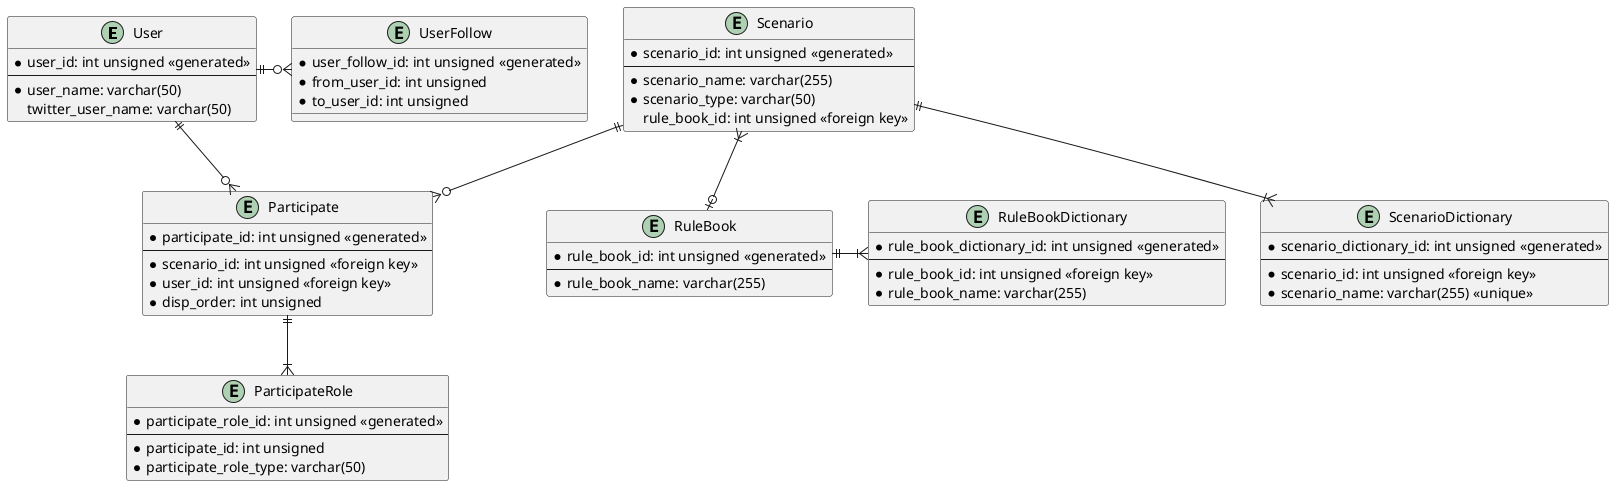
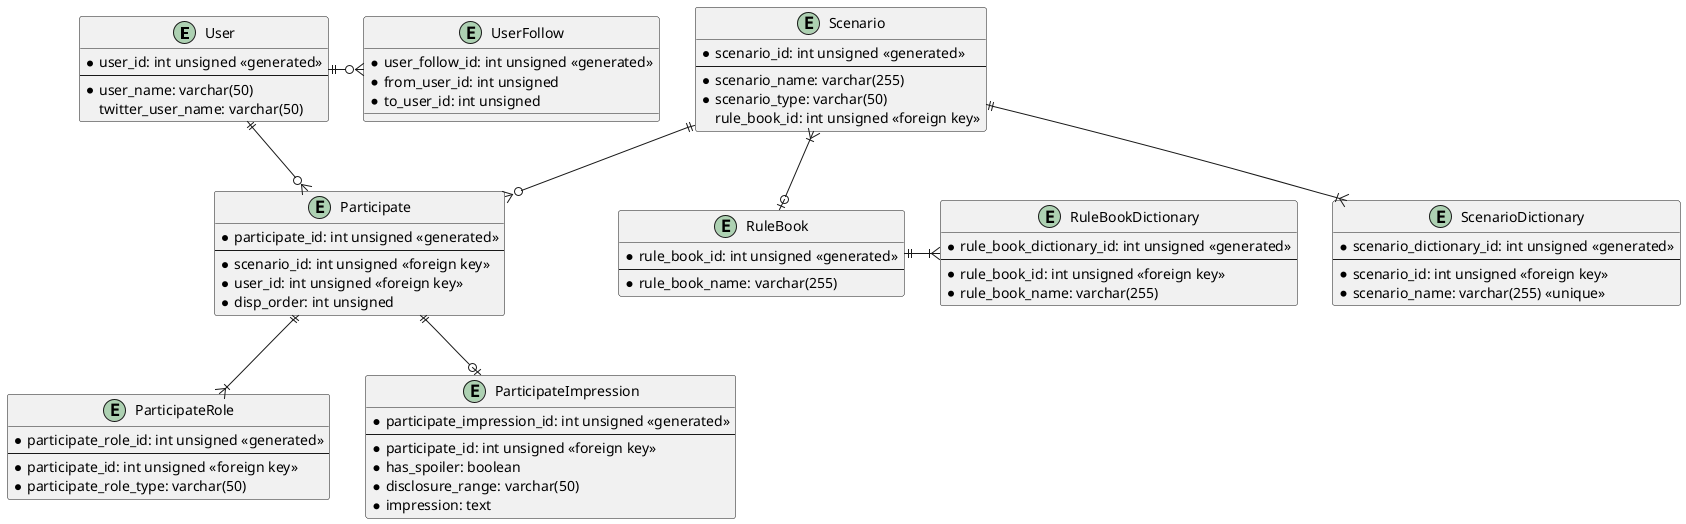
@startuml
'https://plantuml.com/class-diagram

entity User {
    * user_id: int unsigned <<generated>>
    --
    * user_name: varchar(50)
    twitter_user_name: varchar(50)
}

entity UserFollow {
    * user_follow_id: int unsigned <<generated>>
    * from_user_id: int unsigned
    * to_user_id: int unsigned
}

User ||-o{ UserFollow

entity RuleBook {
    * rule_book_id: int unsigned <<generated>>
    --
    * rule_book_name: varchar(255)
}

entity RuleBookDictionary {
    * rule_book_dictionary_id: int unsigned <<generated>>
    --
    * rule_book_id: int unsigned <<foreign key>>
    * rule_book_name: varchar(255)
}

RuleBook ||-|{ RuleBookDictionary

entity Scenario {
    * scenario_id: int unsigned <<generated>>
    --
    * scenario_name: varchar(255)
    * scenario_type: varchar(50)
    rule_book_id: int unsigned <<foreign key>>
}

entity ScenarioDictionary {
    * scenario_dictionary_id: int unsigned <<generated>>
    --
    * scenario_id: int unsigned <<foreign key>>
    * scenario_name: varchar(255) <<unique>>
}

Scenario ||--|{ ScenarioDictionary
Scenario }|--o| RuleBook

entity Participate {
    * participate_id: int unsigned <<generated>>
    --
    * scenario_id: int unsigned <<foreign key>>
    * user_id: int unsigned <<foreign key>>
    * disp_order: int unsigned
}

User ||--o{ Participate
Scenario ||--o{ Participate

entity ParticipateRole {
    * participate_role_id: int unsigned <<generated>>
    --
-     * participate_id: int unsigned
+     * participate_id: int unsigned <<foreign key>>
    * participate_role_type: varchar(50)
}

Participate ||--|{ ParticipateRole

+ entity ParticipateImpression {
+ 	* participate_impression_id: int unsigned <<generated>>
+ 	--
+ 	* participate_id: int unsigned <<foreign key>>
+ 	* has_spoiler: boolean
+ 	* disclosure_range: varchar(50)
+ 	* impression: text
+ }
+ 
+ Participate ||--o| ParticipateImpression
@enduml